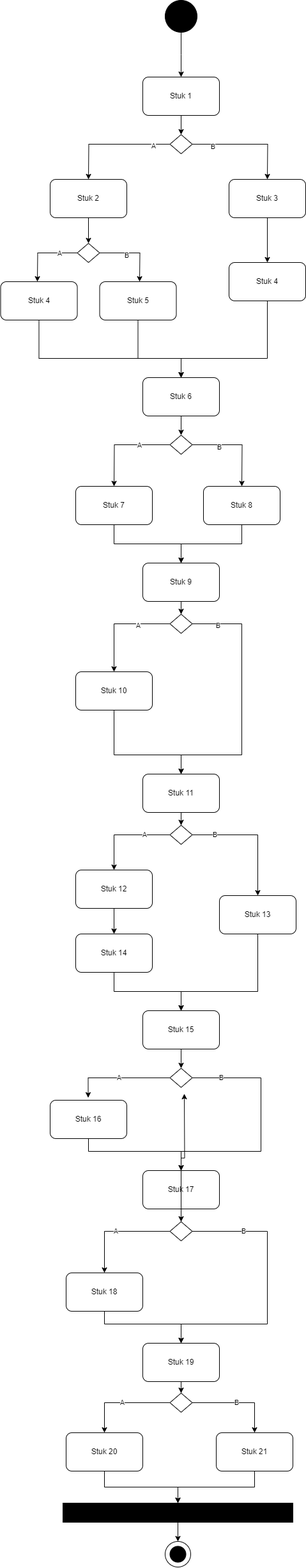
The draw.io diagram Flowchart_eindopdracht.png in milan-c-37277/Eindopdracht-Tekstbased-Aplicatie, before a commit. Source tidied: cells renumbered, new cells last; positions are measured from the earlier drawing's top-left corner, leaving out a move shared by most shapes. Its diagram source:
```xml
<mxGraphModel>
  <root>
    <mxCell id="0" />
    <mxCell id="1" parent="0" />
    <mxCell id="2" style="edgeStyle=orthogonalEdgeStyle;rounded=0;jettySize=auto;html=1;" parent="1" edge="1" source="3">
      <mxGeometry relative="1" as="geometry">
        <mxPoint x="283" y="120" as="targetPoint" />
      </mxGeometry>
    </mxCell>
    <mxCell id="3" style="ellipse;whiteSpace=wrap;html=1;fillColor=#000000;" parent="1" vertex="1">
      <mxGeometry x="258" width="50" height="50" as="geometry" />
    </mxCell>
    <mxCell id="4" style="edgeStyle=orthogonalEdgeStyle;rounded=0;jettySize=auto;html=1;" parent="1" edge="1" source="5" target="10">
      <mxGeometry relative="1" as="geometry" />
    </mxCell>
    <mxCell id="5" value="Stuk 1" style="rounded=1;whiteSpace=wrap;html=1;" parent="1" vertex="1">
      <mxGeometry x="223" y="120" width="120" height="60" as="geometry" />
    </mxCell>
    <mxCell id="6" style="edgeStyle=orthogonalEdgeStyle;rounded=0;jettySize=auto;html=1;" parent="1" edge="1" source="10">
      <mxGeometry relative="1" as="geometry">
        <mxPoint x="138" y="280" as="targetPoint" />
      </mxGeometry>
    </mxCell>
    <mxCell id="7" value="A" style="edgeLabel;html=1;align=center;verticalAlign=middle;" parent="6" vertex="1">
      <mxGeometry x="-0.63" y="-2" relative="1" as="geometry">
        <mxPoint x="7" y="2" as="offset" />
      </mxGeometry>
    </mxCell>
    <mxCell id="8" style="edgeStyle=orthogonalEdgeStyle;rounded=0;jettySize=auto;html=1;" parent="1" edge="1" source="10">
      <mxGeometry relative="1" as="geometry">
        <mxPoint x="418" y="280" as="targetPoint" />
      </mxGeometry>
    </mxCell>
    <mxCell id="9" value="B" style="edgeLabel;html=1;align=center;verticalAlign=middle;" parent="8" vertex="1">
      <mxGeometry x="-0.63" y="-1" relative="1" as="geometry" />
    </mxCell>
    <mxCell id="10" style="rhombus;whiteSpace=wrap;html=1;" parent="1" vertex="1">
      <mxGeometry x="265.5" y="210" width="35" height="30" as="geometry" />
    </mxCell>
    <mxCell id="11" style="edgeStyle=orthogonalEdgeStyle;rounded=0;jettySize=auto;html=1;entryX=0.5;entryY=0;entryDx=0;entryDy=0;" parent="1" edge="1" source="12" target="27">
      <mxGeometry relative="1" as="geometry" />
    </mxCell>
    <mxCell id="12" value="Stuk 3" style="rounded=1;whiteSpace=wrap;html=1;" parent="1" vertex="1">
      <mxGeometry x="358" y="280" width="120" height="60" as="geometry" />
    </mxCell>
    <mxCell id="13" style="edgeStyle=orthogonalEdgeStyle;rounded=0;jettySize=auto;html=1;entryX=0.5;entryY=0;entryDx=0;entryDy=0;" parent="1" edge="1" source="14" target="19">
      <mxGeometry relative="1" as="geometry" />
    </mxCell>
    <mxCell id="14" value="Stuk 2" style="rounded=1;whiteSpace=wrap;html=1;" parent="1" vertex="1">
      <mxGeometry x="78" y="280" width="120" height="60" as="geometry" />
    </mxCell>
    <mxCell id="15" style="edgeStyle=orthogonalEdgeStyle;rounded=0;jettySize=auto;html=1;" parent="1" edge="1" source="19">
      <mxGeometry relative="1" as="geometry">
        <mxPoint x="58" y="440" as="targetPoint" />
      </mxGeometry>
    </mxCell>
    <mxCell id="16" value="A" style="edgeLabel;html=1;align=center;verticalAlign=middle;" parent="15" vertex="1">
      <mxGeometry x="-0.44" y="-2" relative="1" as="geometry" />
    </mxCell>
    <mxCell id="17" style="edgeStyle=orthogonalEdgeStyle;rounded=0;jettySize=auto;html=1;" parent="1" edge="1" source="19">
      <mxGeometry relative="1" as="geometry">
        <mxPoint x="218" y="440" as="targetPoint" />
      </mxGeometry>
    </mxCell>
    <mxCell id="18" value="B" style="edgeLabel;html=1;align=center;verticalAlign=middle;" parent="17" vertex="1">
      <mxGeometry x="-0.24" y="-1" relative="1" as="geometry" />
    </mxCell>
    <mxCell id="19" style="rhombus;whiteSpace=wrap;html=1;" parent="1" vertex="1">
      <mxGeometry x="120.5" y="380" width="35" height="30" as="geometry" />
    </mxCell>
    <mxCell id="20" style="edgeStyle=orthogonalEdgeStyle;rounded=0;jettySize=auto;html=1;entryX=0.5;entryY=0;entryDx=0;entryDy=0;" parent="1" edge="1" source="21" target="25">
      <mxGeometry relative="1" as="geometry">
        <Array as="points">
          <mxPoint x="61" y="560" />
          <mxPoint x="283" y="560" />
        </Array>
      </mxGeometry>
    </mxCell>
    <mxCell id="21" value="Stuk 4" style="rounded=1;whiteSpace=wrap;html=1;" parent="1" vertex="1">
      <mxGeometry x="0.5" y="440" width="120" height="60" as="geometry" />
    </mxCell>
    <mxCell id="22" style="edgeStyle=orthogonalEdgeStyle;rounded=0;jettySize=auto;html=1;entryX=0.5;entryY=0;entryDx=0;entryDy=0;" parent="1" edge="1" source="23" target="25">
      <mxGeometry relative="1" as="geometry">
        <Array as="points">
          <mxPoint x="216" y="560" />
          <mxPoint x="283" y="560" />
        </Array>
      </mxGeometry>
    </mxCell>
    <mxCell id="23" value="Stuk 5" style="rounded=1;whiteSpace=wrap;html=1;" parent="1" vertex="1">
      <mxGeometry x="155.5" y="440" width="120" height="60" as="geometry" />
    </mxCell>
    <mxCell id="24" style="edgeStyle=orthogonalEdgeStyle;rounded=0;jettySize=auto;html=1;entryX=0.5;entryY=0;entryDx=0;entryDy=0;" parent="1" edge="1" source="25" target="32">
      <mxGeometry relative="1" as="geometry" />
    </mxCell>
    <mxCell id="25" value="Stuk 6" style="rounded=1;whiteSpace=wrap;html=1;" parent="1" vertex="1">
      <mxGeometry x="223" y="590" width="120" height="60" as="geometry" />
    </mxCell>
    <mxCell id="26" style="edgeStyle=orthogonalEdgeStyle;rounded=0;jettySize=auto;html=1;entryX=0.5;entryY=0;entryDx=0;entryDy=0;" parent="1" edge="1" source="27" target="25">
      <mxGeometry relative="1" as="geometry">
        <Array as="points">
          <mxPoint x="418" y="560" />
          <mxPoint x="283" y="560" />
        </Array>
      </mxGeometry>
    </mxCell>
    <mxCell id="27" value="Stuk 4" style="rounded=1;whiteSpace=wrap;html=1;" parent="1" vertex="1">
      <mxGeometry x="358" y="410" width="120" height="60" as="geometry" />
    </mxCell>
    <mxCell id="28" style="edgeStyle=orthogonalEdgeStyle;rounded=0;jettySize=auto;html=1;" parent="1" edge="1" source="32">
      <mxGeometry relative="1" as="geometry">
        <mxPoint x="378" y="760" as="targetPoint" />
      </mxGeometry>
    </mxCell>
    <mxCell id="29" value="B" style="edgeLabel;html=1;align=center;verticalAlign=middle;" parent="28" vertex="1">
      <mxGeometry x="-0.45" y="-1" relative="1" as="geometry" />
    </mxCell>
    <mxCell id="30" style="edgeStyle=orthogonalEdgeStyle;rounded=0;jettySize=auto;html=1;" parent="1" edge="1" source="32">
      <mxGeometry relative="1" as="geometry">
        <mxPoint x="178" y="760" as="targetPoint" />
      </mxGeometry>
    </mxCell>
    <mxCell id="31" value="A" style="edgeLabel;html=1;align=center;verticalAlign=middle;" parent="30" vertex="1">
      <mxGeometry x="-0.34" y="-1" relative="1" as="geometry" />
    </mxCell>
    <mxCell id="32" style="rhombus;whiteSpace=wrap;html=1;" parent="1" vertex="1">
      <mxGeometry x="265.5" y="680" width="35" height="30" as="geometry" />
    </mxCell>
    <mxCell id="33" style="edgeStyle=orthogonalEdgeStyle;rounded=0;jettySize=auto;html=1;entryX=0.5;entryY=0;entryDx=0;entryDy=0;" parent="1" edge="1" source="34" target="38">
      <mxGeometry relative="1" as="geometry" />
    </mxCell>
    <mxCell id="34" value="Stuk 7" style="rounded=1;whiteSpace=wrap;html=1;" parent="1" vertex="1">
      <mxGeometry x="118" y="760" width="120" height="60" as="geometry" />
    </mxCell>
    <mxCell id="35" style="edgeStyle=orthogonalEdgeStyle;rounded=0;jettySize=auto;html=1;entryX=0.5;entryY=0;entryDx=0;entryDy=0;" parent="1" edge="1" source="36" target="38">
      <mxGeometry relative="1" as="geometry" />
    </mxCell>
    <mxCell id="36" value="Stuk 8" style="rounded=1;whiteSpace=wrap;html=1;" parent="1" vertex="1">
      <mxGeometry x="318" y="760" width="120" height="60" as="geometry" />
    </mxCell>
    <mxCell id="37" style="edgeStyle=orthogonalEdgeStyle;rounded=0;jettySize=auto;html=1;entryX=0.5;entryY=0;entryDx=0;entryDy=0;" parent="1" edge="1" source="38" target="43">
      <mxGeometry relative="1" as="geometry" />
    </mxCell>
    <mxCell id="38" value="Stuk 9" style="rounded=1;whiteSpace=wrap;html=1;" parent="1" vertex="1">
      <mxGeometry x="223" y="880" width="120" height="60" as="geometry" />
    </mxCell>
    <mxCell id="39" style="edgeStyle=orthogonalEdgeStyle;rounded=0;jettySize=auto;html=1;entryX=0.5;entryY=0;entryDx=0;entryDy=0;" parent="1" edge="1" source="43" target="45">
      <mxGeometry relative="1" as="geometry" />
    </mxCell>
    <mxCell id="40" value="A" style="edgeLabel;html=1;align=center;verticalAlign=middle;" parent="39" vertex="1">
      <mxGeometry x="0.02" relative="1" as="geometry">
        <mxPoint x="33" as="offset" />
      </mxGeometry>
    </mxCell>
    <mxCell id="41" style="edgeStyle=orthogonalEdgeStyle;rounded=0;jettySize=auto;html=1;entryX=0.5;entryY=0;entryDx=0;entryDy=0;" parent="1" edge="1" source="43" target="47">
      <mxGeometry relative="1" as="geometry">
        <Array as="points">
          <mxPoint x="378" y="975" />
          <mxPoint x="378" y="1180" />
          <mxPoint x="283" y="1180" />
        </Array>
      </mxGeometry>
    </mxCell>
    <mxCell id="42" value="B" style="edgeLabel;html=1;align=center;verticalAlign=middle;" parent="41" vertex="1">
      <mxGeometry x="-0.46" y="2" relative="1" as="geometry">
        <mxPoint x="-42" y="-32" as="offset" />
      </mxGeometry>
    </mxCell>
    <mxCell id="43" style="rhombus;whiteSpace=wrap;html=1;" parent="1" vertex="1">
      <mxGeometry x="265.5" y="960" width="35" height="30" as="geometry" />
    </mxCell>
    <mxCell id="44" style="edgeStyle=orthogonalEdgeStyle;rounded=0;jettySize=auto;html=1;entryX=0.5;entryY=0;entryDx=0;entryDy=0;" parent="1" edge="1" source="45" target="47">
      <mxGeometry relative="1" as="geometry">
        <Array as="points">
          <mxPoint x="178" y="1180" />
          <mxPoint x="283" y="1180" />
        </Array>
      </mxGeometry>
    </mxCell>
    <mxCell id="45" value="Stuk 10" style="rounded=1;whiteSpace=wrap;html=1;" parent="1" vertex="1">
      <mxGeometry x="118" y="1050" width="120" height="60" as="geometry" />
    </mxCell>
    <mxCell id="46" style="edgeStyle=orthogonalEdgeStyle;rounded=0;jettySize=auto;html=1;entryX=0.5;entryY=0;entryDx=0;entryDy=0;" parent="1" edge="1" source="47" target="50">
      <mxGeometry relative="1" as="geometry" />
    </mxCell>
    <mxCell id="47" value="Stuk 11" style="rounded=1;whiteSpace=wrap;html=1;" parent="1" vertex="1">
      <mxGeometry x="223" y="1210" width="120" height="60" as="geometry" />
    </mxCell>
    <mxCell id="48" value="A" style="edgeStyle=orthogonalEdgeStyle;rounded=0;jettySize=auto;html=1;entryX=0.5;entryY=0;entryDx=0;entryDy=0;" parent="1" edge="1" source="50" target="52">
      <mxGeometry x="-0.47" relative="1" as="geometry" />
    </mxCell>
    <mxCell id="49" value="B" style="edgeStyle=orthogonalEdgeStyle;rounded=0;jettySize=auto;html=1;" parent="1" edge="1" source="50" target="54">
      <mxGeometry x="-0.62" relative="1" as="geometry" />
    </mxCell>
    <mxCell id="50" style="rhombus;whiteSpace=wrap;html=1;" parent="1" vertex="1">
      <mxGeometry x="265.5" y="1290" width="35" height="30" as="geometry" />
    </mxCell>
    <mxCell id="51" style="edgeStyle=orthogonalEdgeStyle;rounded=0;jettySize=auto;html=1;entryX=0.5;entryY=0;entryDx=0;entryDy=0;" parent="1" edge="1" source="52" target="56">
      <mxGeometry relative="1" as="geometry" />
    </mxCell>
    <mxCell id="52" value="Stuk 12" style="rounded=1;whiteSpace=wrap;html=1;" parent="1" vertex="1">
      <mxGeometry x="118" y="1360" width="120" height="60" as="geometry" />
    </mxCell>
    <mxCell id="53" style="edgeStyle=orthogonalEdgeStyle;rounded=0;jettySize=auto;html=1;entryX=0.5;entryY=0;entryDx=0;entryDy=0;" parent="1" edge="1" source="54" target="58">
      <mxGeometry relative="1" as="geometry">
        <Array as="points">
          <mxPoint x="403" y="1550" />
          <mxPoint x="283" y="1550" />
        </Array>
      </mxGeometry>
    </mxCell>
    <mxCell id="54" value="Stuk 13" style="rounded=1;whiteSpace=wrap;html=1;" parent="1" vertex="1">
      <mxGeometry x="343" y="1400" width="120" height="60" as="geometry" />
    </mxCell>
    <mxCell id="55" style="edgeStyle=orthogonalEdgeStyle;rounded=0;jettySize=auto;html=1;entryX=0.5;entryY=0;entryDx=0;entryDy=0;" parent="1" edge="1" source="56" target="58">
      <mxGeometry relative="1" as="geometry" />
    </mxCell>
    <mxCell id="56" value="Stuk 14" style="rounded=1;whiteSpace=wrap;html=1;" parent="1" vertex="1">
      <mxGeometry x="118" y="1460" width="120" height="60" as="geometry" />
    </mxCell>
    <mxCell id="57" style="edgeStyle=orthogonalEdgeStyle;rounded=0;jettySize=auto;html=1;entryX=0.5;entryY=0;entryDx=0;entryDy=0;" parent="1" edge="1" source="58" target="61">
      <mxGeometry relative="1" as="geometry" />
    </mxCell>
    <mxCell id="58" value="Stuk 15" style="rounded=1;whiteSpace=wrap;html=1;" parent="1" vertex="1">
      <mxGeometry x="223" y="1580" width="120" height="60" as="geometry" />
    </mxCell>
    <mxCell id="59" value="A" style="edgeStyle=orthogonalEdgeStyle;rounded=0;jettySize=auto;html=1;entryX=0.496;entryY=-0.066;entryDx=0;entryDy=0;entryPerimeter=0;" parent="1" edge="1" source="61" target="63">
      <mxGeometry relative="1" as="geometry" />
    </mxCell>
    <mxCell id="60" value="B" style="edgeStyle=orthogonalEdgeStyle;rounded=0;jettySize=auto;html=1;entryX=0.5;entryY=0;entryDx=0;entryDy=0;" parent="1" edge="1" source="61" target="65">
      <mxGeometry x="-0.76" relative="1" as="geometry">
        <Array as="points">
          <mxPoint x="408" y="1685" />
          <mxPoint x="408" y="1800" />
          <mxPoint x="283" y="1800" />
        </Array>
      </mxGeometry>
    </mxCell>
    <mxCell id="61" style="rhombus;whiteSpace=wrap;html=1;" parent="1" vertex="1">
      <mxGeometry x="265.5" y="1670" width="35" height="30" as="geometry" />
    </mxCell>
    <mxCell id="62" style="edgeStyle=orthogonalEdgeStyle;rounded=0;jettySize=auto;html=1;entryX=0.5;entryY=0;entryDx=0;entryDy=0;" parent="1" edge="1" source="63" target="65">
      <mxGeometry relative="1" as="geometry">
        <Array as="points">
          <mxPoint x="138" y="1800" />
          <mxPoint x="283" y="1800" />
        </Array>
      </mxGeometry>
    </mxCell>
    <mxCell id="63" value="Stuk 16" style="rounded=1;whiteSpace=wrap;html=1;" parent="1" vertex="1">
      <mxGeometry x="78" y="1720" width="120" height="60" as="geometry" />
    </mxCell>
    <mxCell id="64" style="edgeStyle=orthogonalEdgeStyle;rounded=0;jettySize=auto;html=1;entryX=0.5;entryY=0;entryDx=0;entryDy=0;" parent="1" edge="1" source="65" target="69">
      <mxGeometry relative="1" as="geometry" />
    </mxCell>
    <mxCell id="65" value="Stuk 17" style="rounded=1;whiteSpace=wrap;html=1;" parent="1" vertex="1">
      <mxGeometry x="223" y="1830" width="120" height="60" as="geometry" />
    </mxCell>
    <mxCell id="66" value="B" style="edgeStyle=orthogonalEdgeStyle;rounded=0;jettySize=auto;html=1;" parent="1" edge="1" source="69" target="73">
      <mxGeometry x="-0.64" relative="1" as="geometry">
        <Array as="points">
          <mxPoint x="418" y="1925" />
          <mxPoint x="418" y="2070" />
          <mxPoint x="283" y="2070" />
        </Array>
      </mxGeometry>
    </mxCell>
    <mxCell id="67" value="A" style="edgeStyle=orthogonalEdgeStyle;rounded=0;jettySize=auto;html=1;" parent="1" edge="1" source="69" target="71">
      <mxGeometry relative="1" as="geometry" />
    </mxCell>
    <mxCell id="68" style="edgeStyle=orthogonalEdgeStyle;rounded=0;jettySize=auto;html=1;" parent="1" edge="1" source="69">
      <mxGeometry relative="1" as="geometry">
        <mxPoint x="288" y="1710" as="targetPoint" />
      </mxGeometry>
    </mxCell>
    <mxCell id="69" style="rhombus;whiteSpace=wrap;html=1;" parent="1" vertex="1">
      <mxGeometry x="265.5" y="1910" width="35" height="30" as="geometry" />
    </mxCell>
    <mxCell id="70" style="edgeStyle=orthogonalEdgeStyle;rounded=0;jettySize=auto;html=1;entryX=0.5;entryY=0;entryDx=0;entryDy=0;" parent="1" edge="1" source="71" target="73">
      <mxGeometry relative="1" as="geometry">
        <Array as="points">
          <mxPoint x="163" y="2070" />
          <mxPoint x="283" y="2070" />
        </Array>
      </mxGeometry>
    </mxCell>
    <mxCell id="71" value="Stuk 18" style="rounded=1;whiteSpace=wrap;html=1;" parent="1" vertex="1">
      <mxGeometry x="103" y="1990" width="120" height="60" as="geometry" />
    </mxCell>
    <mxCell id="72" style="edgeStyle=orthogonalEdgeStyle;rounded=0;jettySize=auto;html=1;entryX=0.5;entryY=0;entryDx=0;entryDy=0;" parent="1" edge="1" source="73" target="80">
      <mxGeometry relative="1" as="geometry" />
    </mxCell>
    <mxCell id="73" value="Stuk 19" style="rounded=1;whiteSpace=wrap;html=1;" parent="1" vertex="1">
      <mxGeometry x="223" y="2100" width="120" height="60" as="geometry" />
    </mxCell>
    <mxCell id="74" style="edgeStyle=orthogonalEdgeStyle;rounded=0;jettySize=auto;html=1;" parent="1" edge="1" source="75" target="82">
      <mxGeometry relative="1" as="geometry" />
    </mxCell>
    <mxCell id="75" value="Stuk 20" style="rounded=1;whiteSpace=wrap;html=1;" parent="1" vertex="1">
      <mxGeometry x="103" y="2240" width="120" height="60" as="geometry" />
    </mxCell>
    <mxCell id="76" style="edgeStyle=orthogonalEdgeStyle;rounded=0;jettySize=auto;html=1;entryX=0.5;entryY=0;entryDx=0;entryDy=0;" parent="1" edge="1" source="77" target="82">
      <mxGeometry relative="1" as="geometry" />
    </mxCell>
    <mxCell id="77" value="Stuk 21" style="rounded=1;whiteSpace=wrap;html=1;" parent="1" vertex="1">
      <mxGeometry x="338" y="2240" width="120" height="60" as="geometry" />
    </mxCell>
    <mxCell id="78" value="A" style="edgeStyle=orthogonalEdgeStyle;rounded=0;jettySize=auto;html=1;" parent="1" edge="1" source="80" target="75">
      <mxGeometry relative="1" as="geometry" />
    </mxCell>
    <mxCell id="79" value="B" style="edgeStyle=orthogonalEdgeStyle;rounded=0;jettySize=auto;html=1;" parent="1" edge="1" source="80" target="77">
      <mxGeometry relative="1" as="geometry" />
    </mxCell>
    <mxCell id="80" style="rhombus;whiteSpace=wrap;html=1;" parent="1" vertex="1">
      <mxGeometry x="265.5" y="2178" width="35" height="30" as="geometry" />
    </mxCell>
    <mxCell id="81" style="edgeStyle=orthogonalEdgeStyle;rounded=0;jettySize=auto;html=1;entryX=0.5;entryY=0;entryDx=0;entryDy=0;" parent="1" edge="1" source="82" target="83">
      <mxGeometry relative="1" as="geometry" />
    </mxCell>
    <mxCell id="82" style="rounded=0;whiteSpace=wrap;html=1;fillColor=#000000;" parent="1" vertex="1">
      <mxGeometry x="98" y="2350" width="360" height="30" as="geometry" />
    </mxCell>
    <mxCell id="83" style="ellipse;whiteSpace=wrap;html=1;" parent="1" vertex="1">
      <mxGeometry x="258" y="2410" width="40" height="40" as="geometry" />
    </mxCell>
    <mxCell id="84" style="ellipse;whiteSpace=wrap;html=1;fillColor=#000000;" parent="1" vertex="1">
      <mxGeometry x="265.5" y="2417.5" width="25" height="25" as="geometry" />
    </mxCell>
  </root>
</mxGraphModel>
```
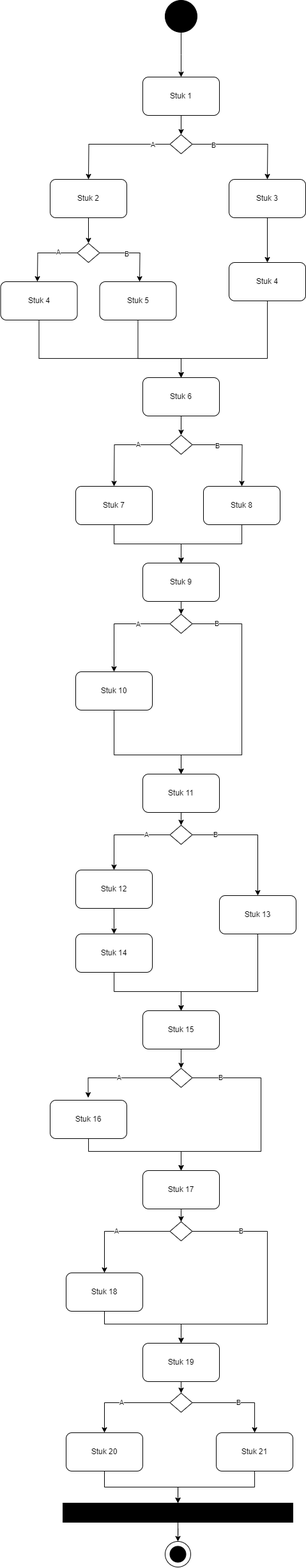
The same file after the commit.

Commit message:
Finish in touch

What changed in the source:
```diff
@@ -268,11 +268,6 @@
     <mxCell id="67" value="A" style="edgeStyle=orthogonalEdgeStyle;rounded=0;jettySize=auto;html=1;" parent="1" edge="1" source="69" target="71">
       <mxGeometry relative="1" as="geometry" />
     </mxCell>
-    <mxCell id="68" style="edgeStyle=orthogonalEdgeStyle;rounded=0;jettySize=auto;html=1;" parent="1" edge="1" source="69">
-      <mxGeometry relative="1" as="geometry">
-        <mxPoint x="288" y="1710" as="targetPoint" />
-      </mxGeometry>
-    </mxCell>
     <mxCell id="69" style="rhombus;whiteSpace=wrap;html=1;" parent="1" vertex="1">
       <mxGeometry x="265.5" y="1910" width="35" height="30" as="geometry" />
     </mxCell>
```
